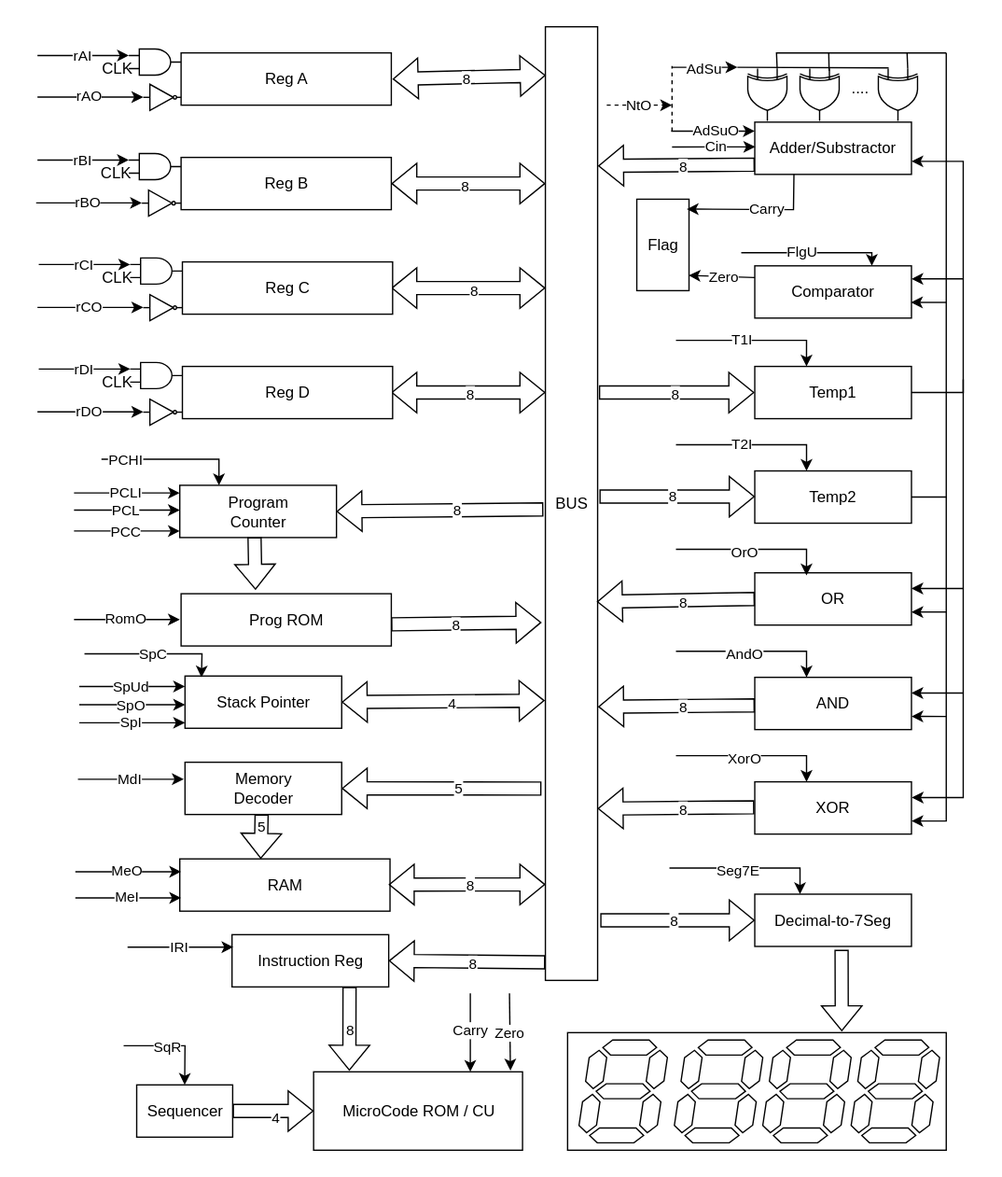
Earlier version of the draw.io export Images/BlockDiagram/TopLevelArchitecture.svg (arghyabi/Computer8Bit). Source tidied: cells renumbered, new cells last; positions are measured from the earlier drawing's top-left corner, leaving out a move shared by most shapes.
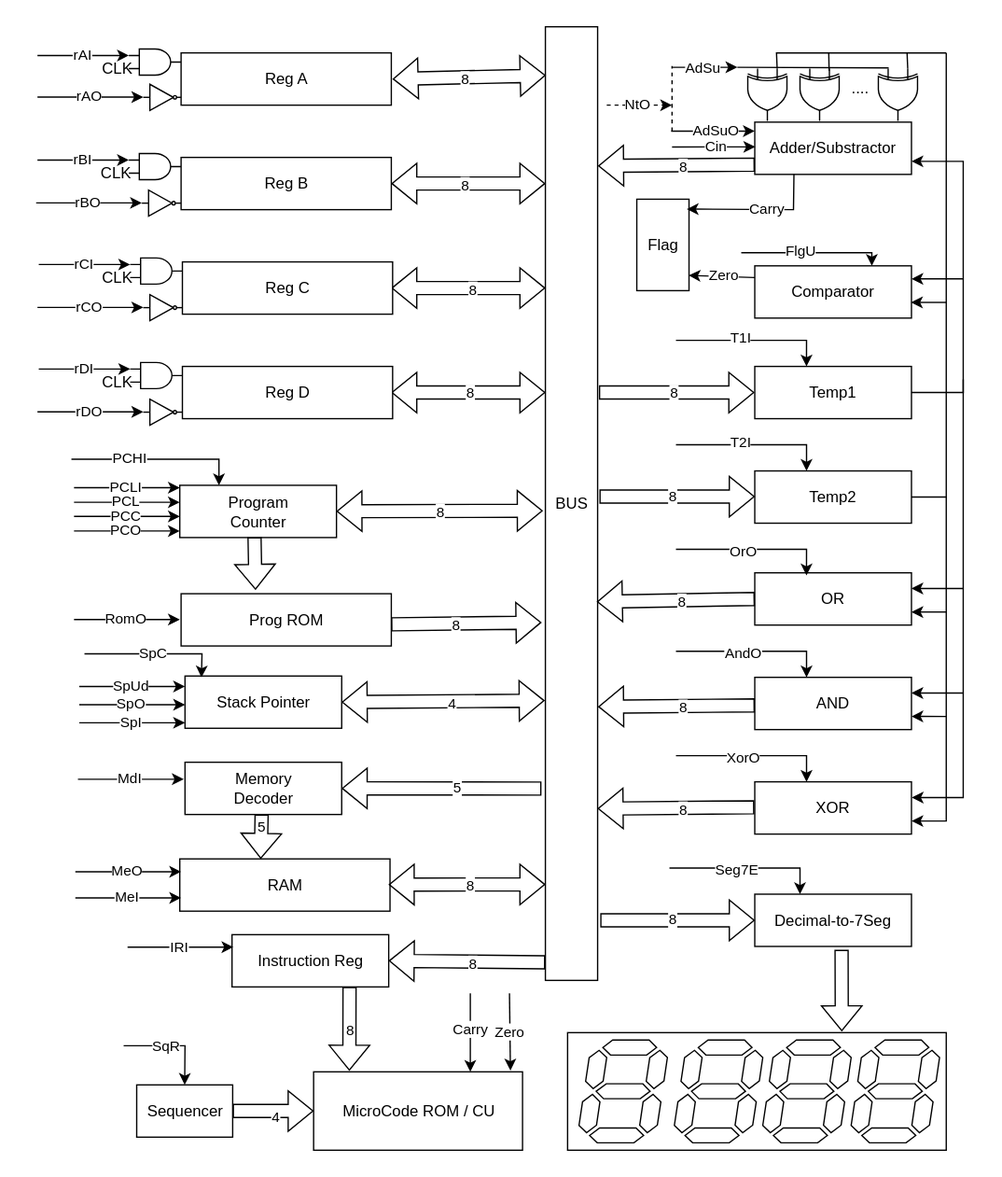
The same file after the commit.

Diff of the diagram source:
```diff
@@ -103,14 +103,6 @@
         <mxPoint x="168" y="431" as="targetPoint" />
       </mxGeometry>
     </mxCell>
-    <mxCell id="29" style="shape=flexArrow;endArrow=classic;html=1;rounded=0;entryX=1;entryY=0.5;entryDx=0;entryDy=0;exitX=-0.038;exitY=0.555;exitDx=0;exitDy=0;exitPerimeter=0;" parent="1" edge="1" target="27">
-      <mxGeometry relative="1" as="geometry">
-        <mxPoint x="388.5" y="369.5" as="sourcePoint" />
-      </mxGeometry>
-    </mxCell>
-    <mxCell id="30" value="8" style="edgeLabel;html=1;align=center;verticalAlign=middle;" parent="29" vertex="1">
-      <mxGeometry x="-0.15" y="-1" relative="1" as="geometry" />
-    </mxCell>
     <mxCell id="31" value="Comparator" style="rounded=0;whiteSpace=wrap;html=1;" parent="1" vertex="1">
       <mxGeometry x="550.4" y="183" width="120" height="40" as="geometry" />
     </mxCell>
@@ -162,8 +154,8 @@
     </mxCell>
     <mxCell id="44" style="endArrow=classic;html=1;rounded=0;entryX=0;entryY=0.25;entryDx=0;entryDy=0;" parent="1" edge="1">
       <mxGeometry relative="1" as="geometry">
-        <mxPoint x="29" y="370" as="sourcePoint" />
-        <mxPoint x="110" y="370" as="targetPoint" />
+        <mxPoint x="29" y="364" as="sourcePoint" />
+        <mxPoint x="110" y="364" as="targetPoint" />
       </mxGeometry>
     </mxCell>
     <mxCell id="45" value="PCL" style="edgeLabel;html=1;align=center;verticalAlign=middle;" parent="44" vertex="1">
@@ -175,7 +167,7 @@
         <mxPoint x="110" y="386" as="targetPoint" />
       </mxGeometry>
     </mxCell>
-    <mxCell id="47" value="PCC" style="edgeLabel;html=1;align=center;verticalAlign=middle;" parent="46" vertex="1">
+    <mxCell id="47" value="PCO" style="edgeLabel;html=1;align=center;verticalAlign=middle;" parent="46" vertex="1">
       <mxGeometry x="-0.05" y="1" relative="1" as="geometry" />
     </mxCell>
     <mxCell id="48" style="endArrow=classic;html=1;rounded=0;entryX=0;entryY=0.25;entryDx=0;entryDy=0;" parent="1" edge="1">
@@ -396,7 +388,7 @@
     </mxCell>
     <mxCell id="89" style="endArrow=classic;html=1;rounded=0;entryX=0.25;entryY=0;entryDx=0;entryDy=0;" parent="1" edge="1" target="27">
       <mxGeometry relative="1" as="geometry">
-        <mxPoint x="50" y="331" as="sourcePoint" />
+        <mxPoint x="27" y="331" as="sourcePoint" />
         <Array as="points">
           <mxPoint x="140" y="331" />
         </Array>
@@ -404,7 +396,7 @@
     </mxCell>
     <mxCell id="90" value="PCHI" style="edgeLabel;html=1;align=center;verticalAlign=middle;" parent="89" vertex="1">
       <mxGeometry x="-0.05" y="1" relative="1" as="geometry">
-        <mxPoint x="-35" as="offset" />
+        <mxPoint x="-19" as="offset" />
       </mxGeometry>
     </mxCell>
     <mxCell id="91" style="shape=flexArrow;endArrow=classic;html=1;rounded=0;exitX=0.75;exitY=1;exitDx=0;exitDy=0;entryX=0.171;entryY=-0.014;entryDx=0;entryDy=0;entryPerimeter=0;" parent="1" edge="1" source="23" target="22">
@@ -589,8 +581,8 @@
     </mxCell>
     <mxCell id="138" style="endArrow=classic;html=1;rounded=0;entryX=0;entryY=0.25;entryDx=0;entryDy=0;" parent="1" edge="1">
       <mxGeometry relative="1" as="geometry">
-        <mxPoint x="29" y="356.9" as="sourcePoint" />
-        <mxPoint x="110" y="356.9" as="targetPoint" />
+        <mxPoint x="29" y="352.9" as="sourcePoint" />
+        <mxPoint x="110" y="352.9" as="targetPoint" />
       </mxGeometry>
     </mxCell>
     <mxCell id="139" value="PCLI" style="edgeLabel;html=1;align=center;verticalAlign=middle;" parent="138" vertex="1">
@@ -765,5 +757,22 @@
     <mxCell id="176" value="Reg A" style="rounded=0;whiteSpace=wrap;html=1;" parent="1" vertex="1">
       <mxGeometry x="111" y="20" width="161" height="40" as="geometry" />
     </mxCell>
+    <mxCell id="177" style="shape=flexArrow;endArrow=classic;startArrow=classic;html=1;rounded=0;entryX=0.005;entryY=0.051;entryDx=0;entryDy=0;entryPerimeter=0;" parent="1" edge="1" source="27">
+      <mxGeometry relative="1" as="geometry">
+        <mxPoint x="388" y="370.5" as="targetPoint" />
+      </mxGeometry>
+    </mxCell>
+    <mxCell id="30" value="8" style="edgeLabel;html=1;align=center;verticalAlign=middle;" parent="177" vertex="1">
+      <mxGeometry relative="1" as="geometry" />
+    </mxCell>
+    <mxCell id="178" style="endArrow=classic;html=1;rounded=0;entryX=0;entryY=0.25;entryDx=0;entryDy=0;" parent="1" edge="1">
+      <mxGeometry relative="1" as="geometry">
+        <mxPoint x="29" y="374.8" as="sourcePoint" />
+        <mxPoint x="110" y="374.8" as="targetPoint" />
+      </mxGeometry>
+    </mxCell>
+    <mxCell id="179" value="PCC" style="edgeLabel;html=1;align=center;verticalAlign=middle;" parent="178" vertex="1">
+      <mxGeometry x="-0.05" y="1" relative="1" as="geometry" />
+    </mxCell>
   </root>
 </mxGraphModel>
```
